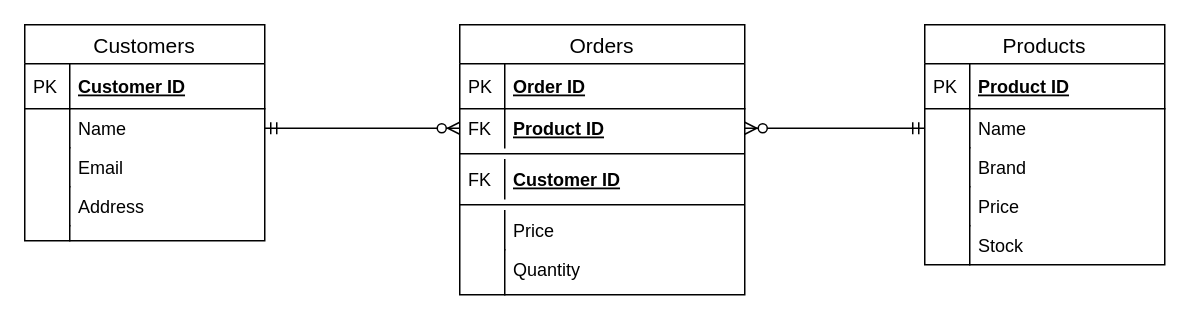
Above: ERD.drawio in Warsame95/inventory-management-system (draw.io), before the change. Source tidied: cells renumbered, new cells numbered last; positions are measured from the earlier drawing's top-left corner, leaving out a move shared by most shapes. Both pictures are drawn from the tidied source at 150%, with x=0, y=0 at pixel (24, 24).
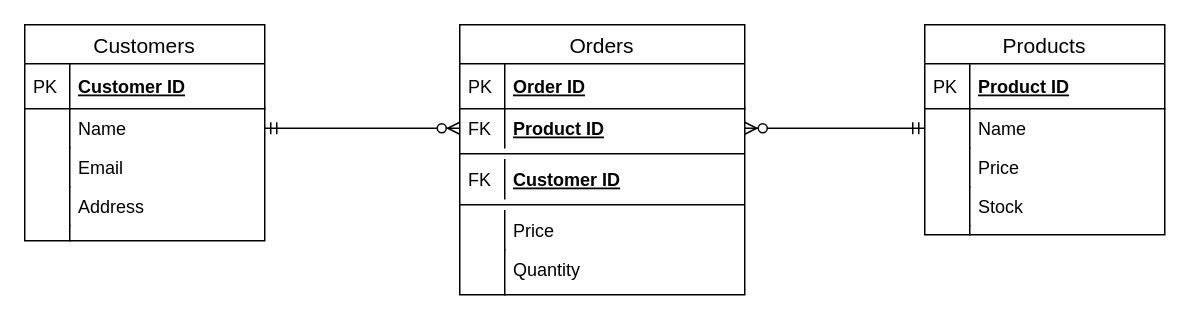
The same page after the edit.

Commit message:
Slight edit to the products table was made

Change to the diagram source:
```diff
@@
     <mxCell id="28" value="Products" style="swimlane;fontStyle=0;horizontal=1;startSize=26;align=center;fontSize=14;" parent="1" vertex="1">
-      <mxGeometry x="600" width="160" height="160" as="geometry" />
+      <mxGeometry x="600" width="160" height="140" as="geometry" />
     </mxCell>
@@
-    <mxCell id="33" value="Brand" style="shape=partialRectangle;top=0;left=0;right=0;bottom=0;align=left;verticalAlign=top;fillColor=none;spacingLeft=34;spacingRight=4;overflow=hidden;fontSize=12;" parent="28" vertex="1">
-      <mxGeometry y="82" width="160" height="26" as="geometry" />
-    </mxCell>
-    <mxCell id="34" style="shape=partialRectangle;top=0;left=0;bottom=0;fillColor=none;align=left;verticalAlign=top;spacingLeft=4;spacingRight=4;overflow=hidden;fontSize=12;" parent="33" vertex="1">
-      <mxGeometry width="30" height="26" as="geometry" />
-    </mxCell>
     <mxCell id="35" value="Price" style="shape=partialRectangle;top=0;left=0;right=0;bottom=0;align=left;verticalAlign=top;fillColor=none;spacingLeft=34;spacingRight=4;overflow=hidden;fontSize=12;" parent="28" vertex="1">
-      <mxGeometry y="108" width="160" height="26" as="geometry" />
+      <mxGeometry y="82" width="160" height="26" as="geometry" />
     </mxCell>
@@
     <mxCell id="37" value="Stock" style="shape=partialRectangle;top=0;left=0;right=0;bottom=0;align=left;verticalAlign=top;fillColor=none;spacingLeft=34;spacingRight=4;overflow=hidden;fontSize=12;" parent="28" vertex="1">
-      <mxGeometry y="134" width="160" height="26" as="geometry" />
+      <mxGeometry y="108" width="160" height="26" as="geometry" />
     </mxCell>
@@
+    <mxCell id="33" style="shape=partialRectangle;top=0;left=0;right=0;bottom=0;align=left;verticalAlign=top;fillColor=none;spacingLeft=34;spacingRight=4;overflow=hidden;fontSize=12;" parent="28" vertex="1">
+      <mxGeometry y="134" width="160" height="6" as="geometry" />
+    </mxCell>
+    <mxCell id="34" style="shape=partialRectangle;top=0;left=0;bottom=0;fillColor=none;align=left;verticalAlign=top;spacingLeft=4;spacingRight=4;overflow=hidden;fontSize=12;" parent="33" vertex="1">
+      <mxGeometry width="30" height="6" as="geometry" />
+    </mxCell>
```
